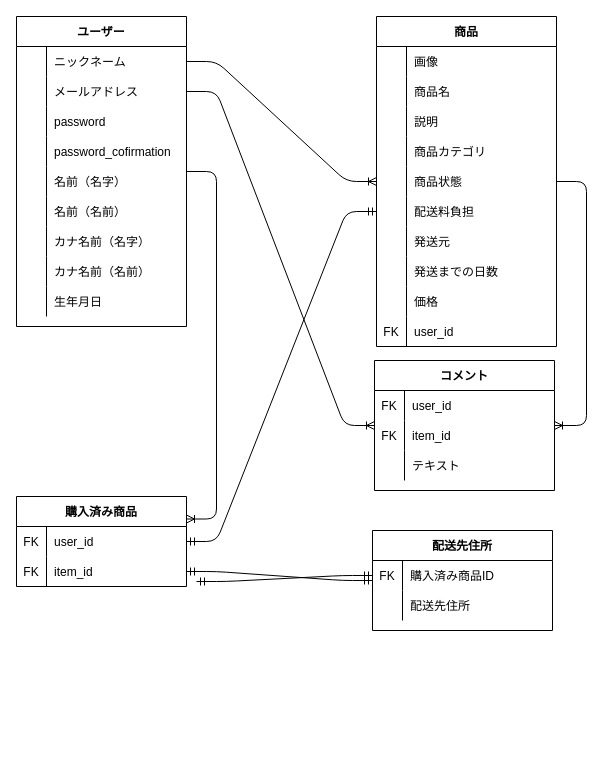
The draw.io diagram furima.dio in takayuki-fujiki/furima-30942, before the edit. Source tidied: cells renumbered, new cells numbered last; positions are measured from the earlier drawing's top-left corner, leaving out a move shared by most shapes. Both pictures are drawn from the tidied source at 100%, with x=0, y=0 at pixel (16, 16).
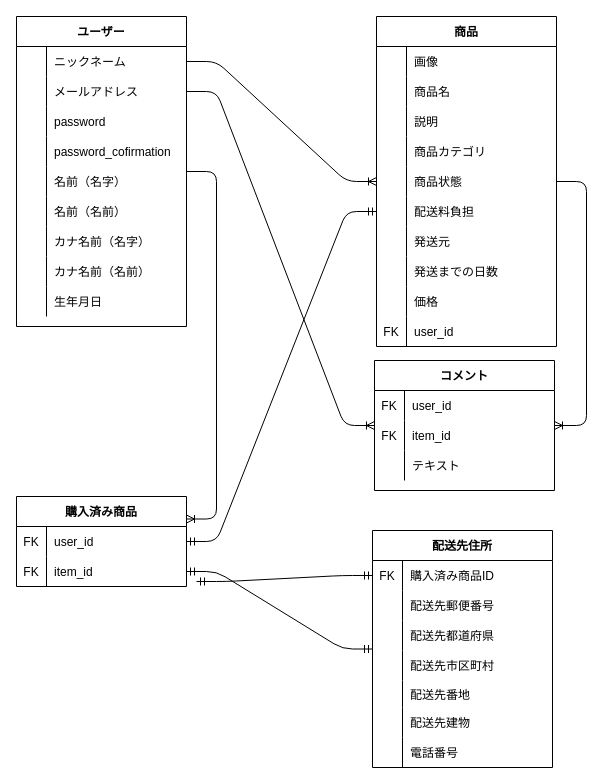
The same diagram, later.

Unchanged cells that the change refers to:
```xml
<mxCell id="87" style="shape=partialRectangle;fillColor=none;top=0;left=0;bottom=0;right=0;" parent="83" vertex="1">
  <mxGeometry y="60" width="180" height="30" as="geometry" />
</mxCell>
```

Change to the diagram source:
```diff
@@
     <mxCell id="83" value="配送先住所" style="shape=table;startSize=30;childLayout=tableLayout;rowLines=0;fontStyle=1;align=center;sketch=0;" parent="1" vertex="1">
-      <mxGeometry x="356" y="514" width="180" height="100" as="geometry" />
+      <mxGeometry x="356" y="514" width="180" height="237" as="geometry" />
     </mxCell>
@@
-    <mxCell id="89" value="配送先住所" style="shape=partialRectangle;fillColor=none;top=0;left=0;bottom=0;right=0;align=left;spacingLeft=6;overflow=hidden;" parent="87" vertex="1">
+    <mxCell id="89" value="配送先郵便番号" style="shape=partialRectangle;fillColor=none;top=0;left=0;bottom=0;right=0;align=left;spacingLeft=6;overflow=hidden;" parent="87" vertex="1">
       <mxGeometry x="30" width="150" height="30" as="geometry" />
     </mxCell>
+    <mxCell id="92" style="shape=partialRectangle;fillColor=none;top=0;left=0;bottom=0;right=0;" parent="83" vertex="1">
+      <mxGeometry y="90" width="180" height="30" as="geometry" />
+    </mxCell>
+    <mxCell id="93" style="shape=partialRectangle;fillColor=none;top=0;left=0;bottom=0;right=0;overflow=hidden;" parent="92" vertex="1">
+      <mxGeometry width="30" height="30" as="geometry" />
+    </mxCell>
+    <mxCell id="94" value="配送先都道府県" style="shape=partialRectangle;fillColor=none;top=0;left=0;bottom=0;right=0;align=left;spacingLeft=6;overflow=hidden;" parent="92" vertex="1">
+      <mxGeometry x="30" width="150" height="30" as="geometry" />
+    </mxCell>
+    <mxCell id="95" style="shape=partialRectangle;fillColor=none;top=0;left=0;bottom=0;right=0;" parent="83" vertex="1">
+      <mxGeometry y="120" width="180" height="30" as="geometry" />
+    </mxCell>
+    <mxCell id="96" style="shape=partialRectangle;fillColor=none;top=0;left=0;bottom=0;right=0;overflow=hidden;" parent="95" vertex="1">
+      <mxGeometry width="30" height="30" as="geometry" />
+    </mxCell>
+    <mxCell id="97" value="配送先市区町村" style="shape=partialRectangle;fillColor=none;top=0;left=0;bottom=0;right=0;align=left;spacingLeft=6;overflow=hidden;" parent="95" vertex="1">
+      <mxGeometry x="30" width="150" height="30" as="geometry" />
+    </mxCell>
+    <mxCell id="98" style="shape=partialRectangle;fillColor=none;top=0;left=0;bottom=0;right=0;" parent="83" vertex="1">
+      <mxGeometry y="150" width="180" height="27" as="geometry" />
+    </mxCell>
+    <mxCell id="99" style="shape=partialRectangle;fillColor=none;top=0;left=0;bottom=0;right=0;overflow=hidden;" parent="98" vertex="1">
+      <mxGeometry width="30" height="27" as="geometry" />
+    </mxCell>
+    <mxCell id="100" value="配送先番地" style="shape=partialRectangle;fillColor=none;top=0;left=0;bottom=0;right=0;align=left;spacingLeft=6;overflow=hidden;" parent="98" vertex="1">
+      <mxGeometry x="30" width="150" height="27" as="geometry" />
+    </mxCell>
+    <mxCell id="101" style="shape=partialRectangle;fillColor=none;top=0;left=0;bottom=0;right=0;" parent="83" vertex="1">
+      <mxGeometry y="177" width="180" height="30" as="geometry" />
+    </mxCell>
+    <mxCell id="102" style="shape=partialRectangle;fillColor=none;top=0;left=0;bottom=0;right=0;overflow=hidden;" parent="101" vertex="1">
+      <mxGeometry width="30" height="30" as="geometry" />
+    </mxCell>
+    <mxCell id="103" value="配送先建物" style="shape=partialRectangle;fillColor=none;top=0;left=0;bottom=0;right=0;align=left;spacingLeft=6;overflow=hidden;" parent="101" vertex="1">
+      <mxGeometry x="30" width="150" height="30" as="geometry" />
+    </mxCell>
+    <mxCell id="104" style="shape=partialRectangle;fillColor=none;top=0;left=0;bottom=0;right=0;" parent="83" vertex="1">
+      <mxGeometry y="207" width="180" height="30" as="geometry" />
+    </mxCell>
+    <mxCell id="105" style="shape=partialRectangle;fillColor=none;top=0;left=0;bottom=0;right=0;overflow=hidden;" parent="104" vertex="1">
+      <mxGeometry width="30" height="30" as="geometry" />
+    </mxCell>
+    <mxCell id="106" value="電話番号" style="shape=partialRectangle;fillColor=none;top=0;left=0;bottom=0;right=0;align=left;spacingLeft=6;overflow=hidden;" parent="104" vertex="1">
+      <mxGeometry x="30" width="150" height="30" as="geometry" />
+    </mxCell>
```
